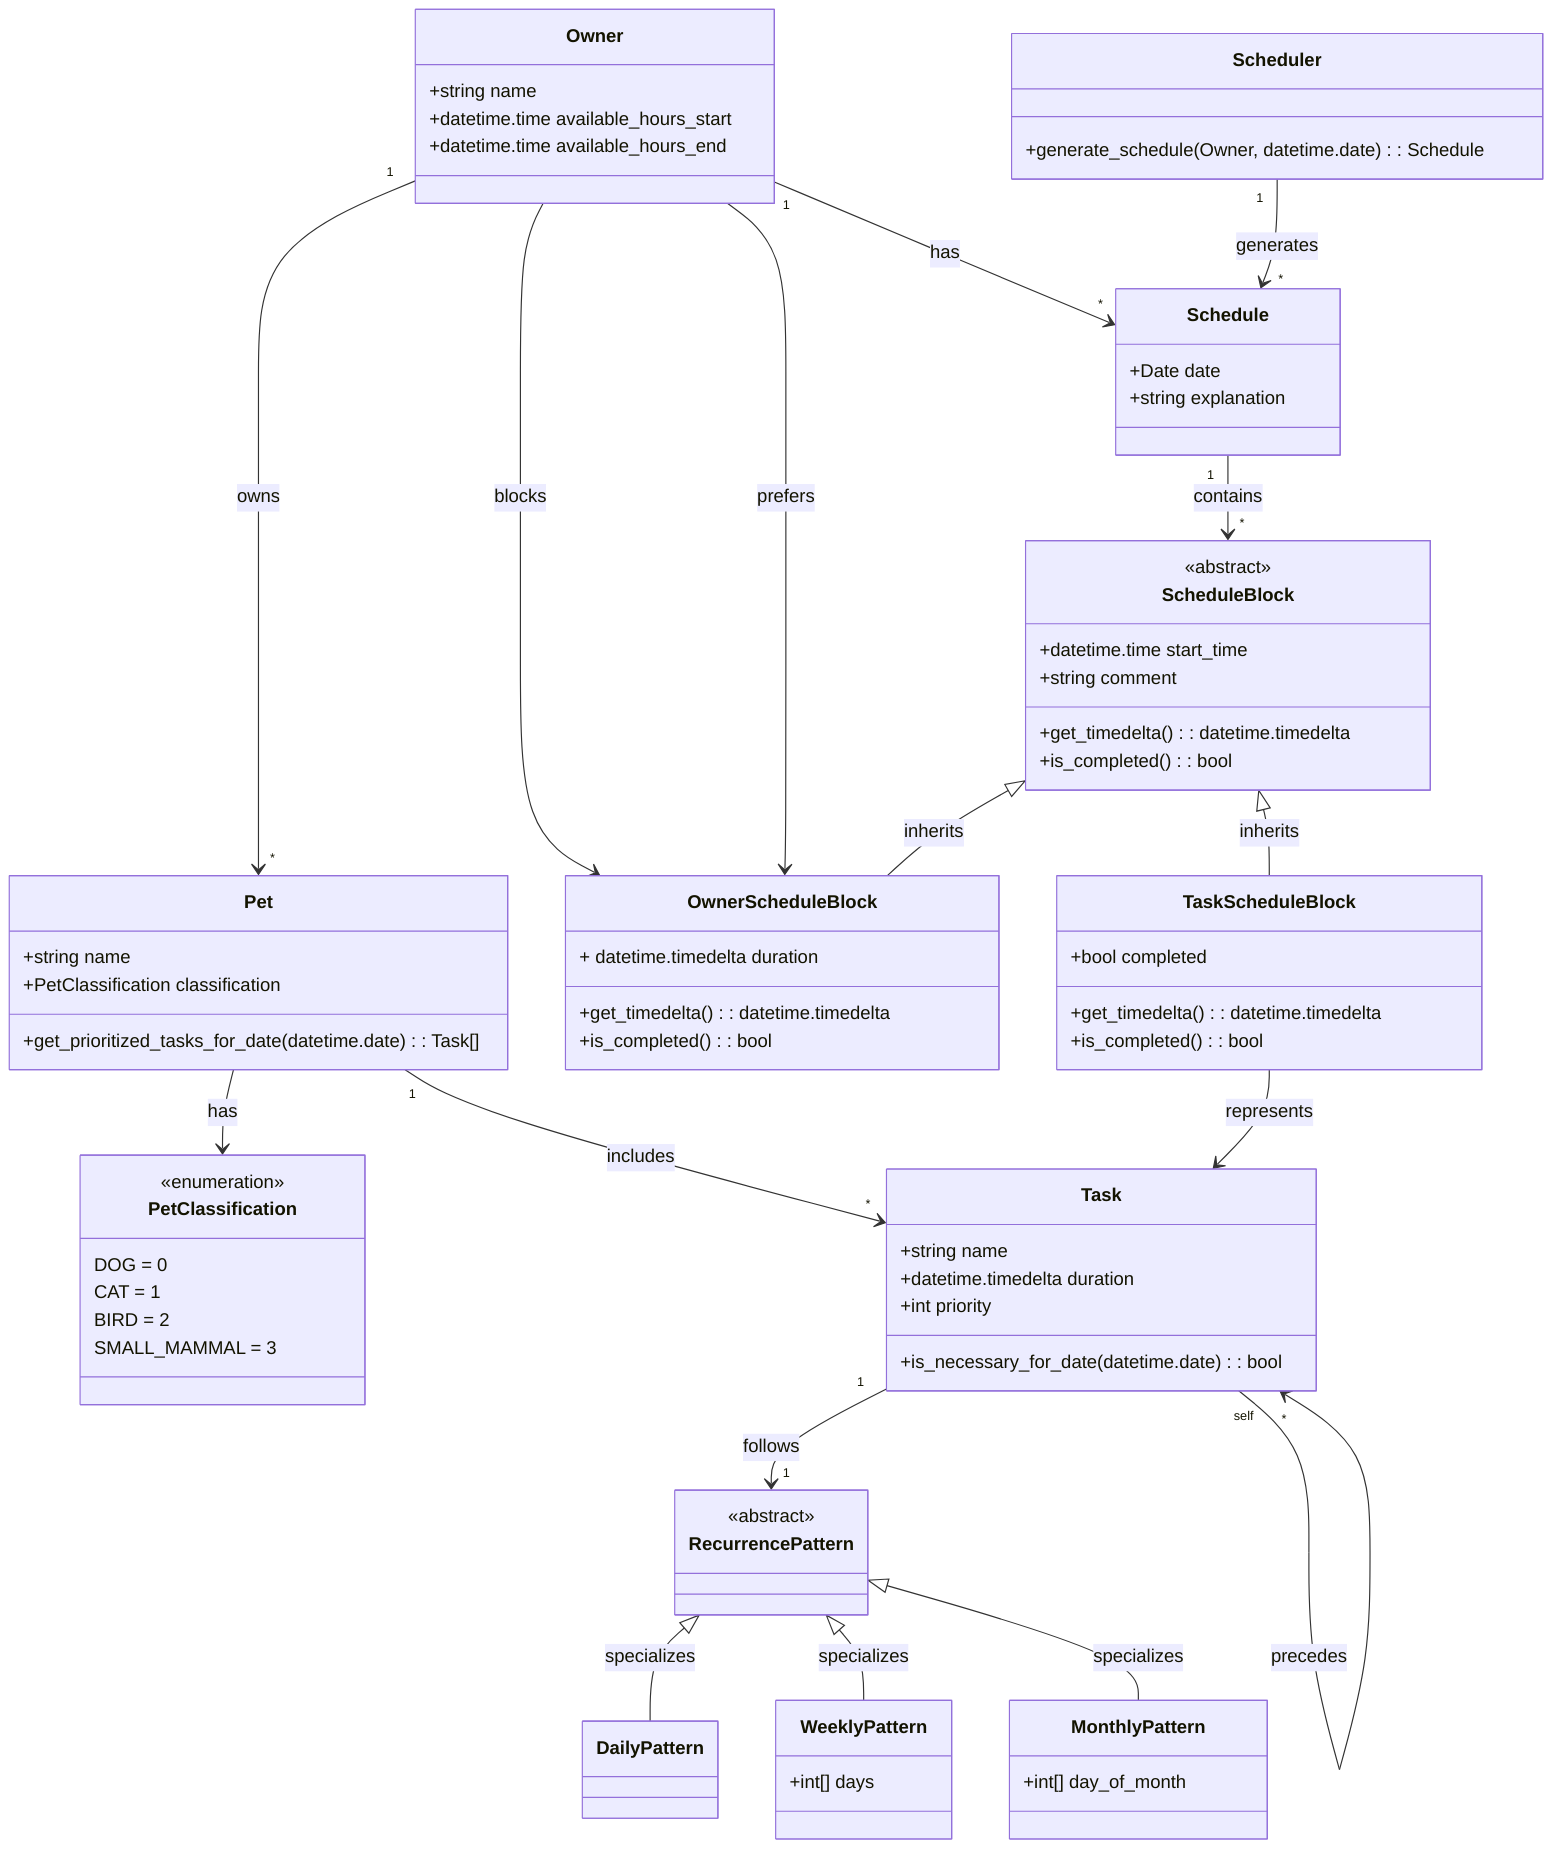
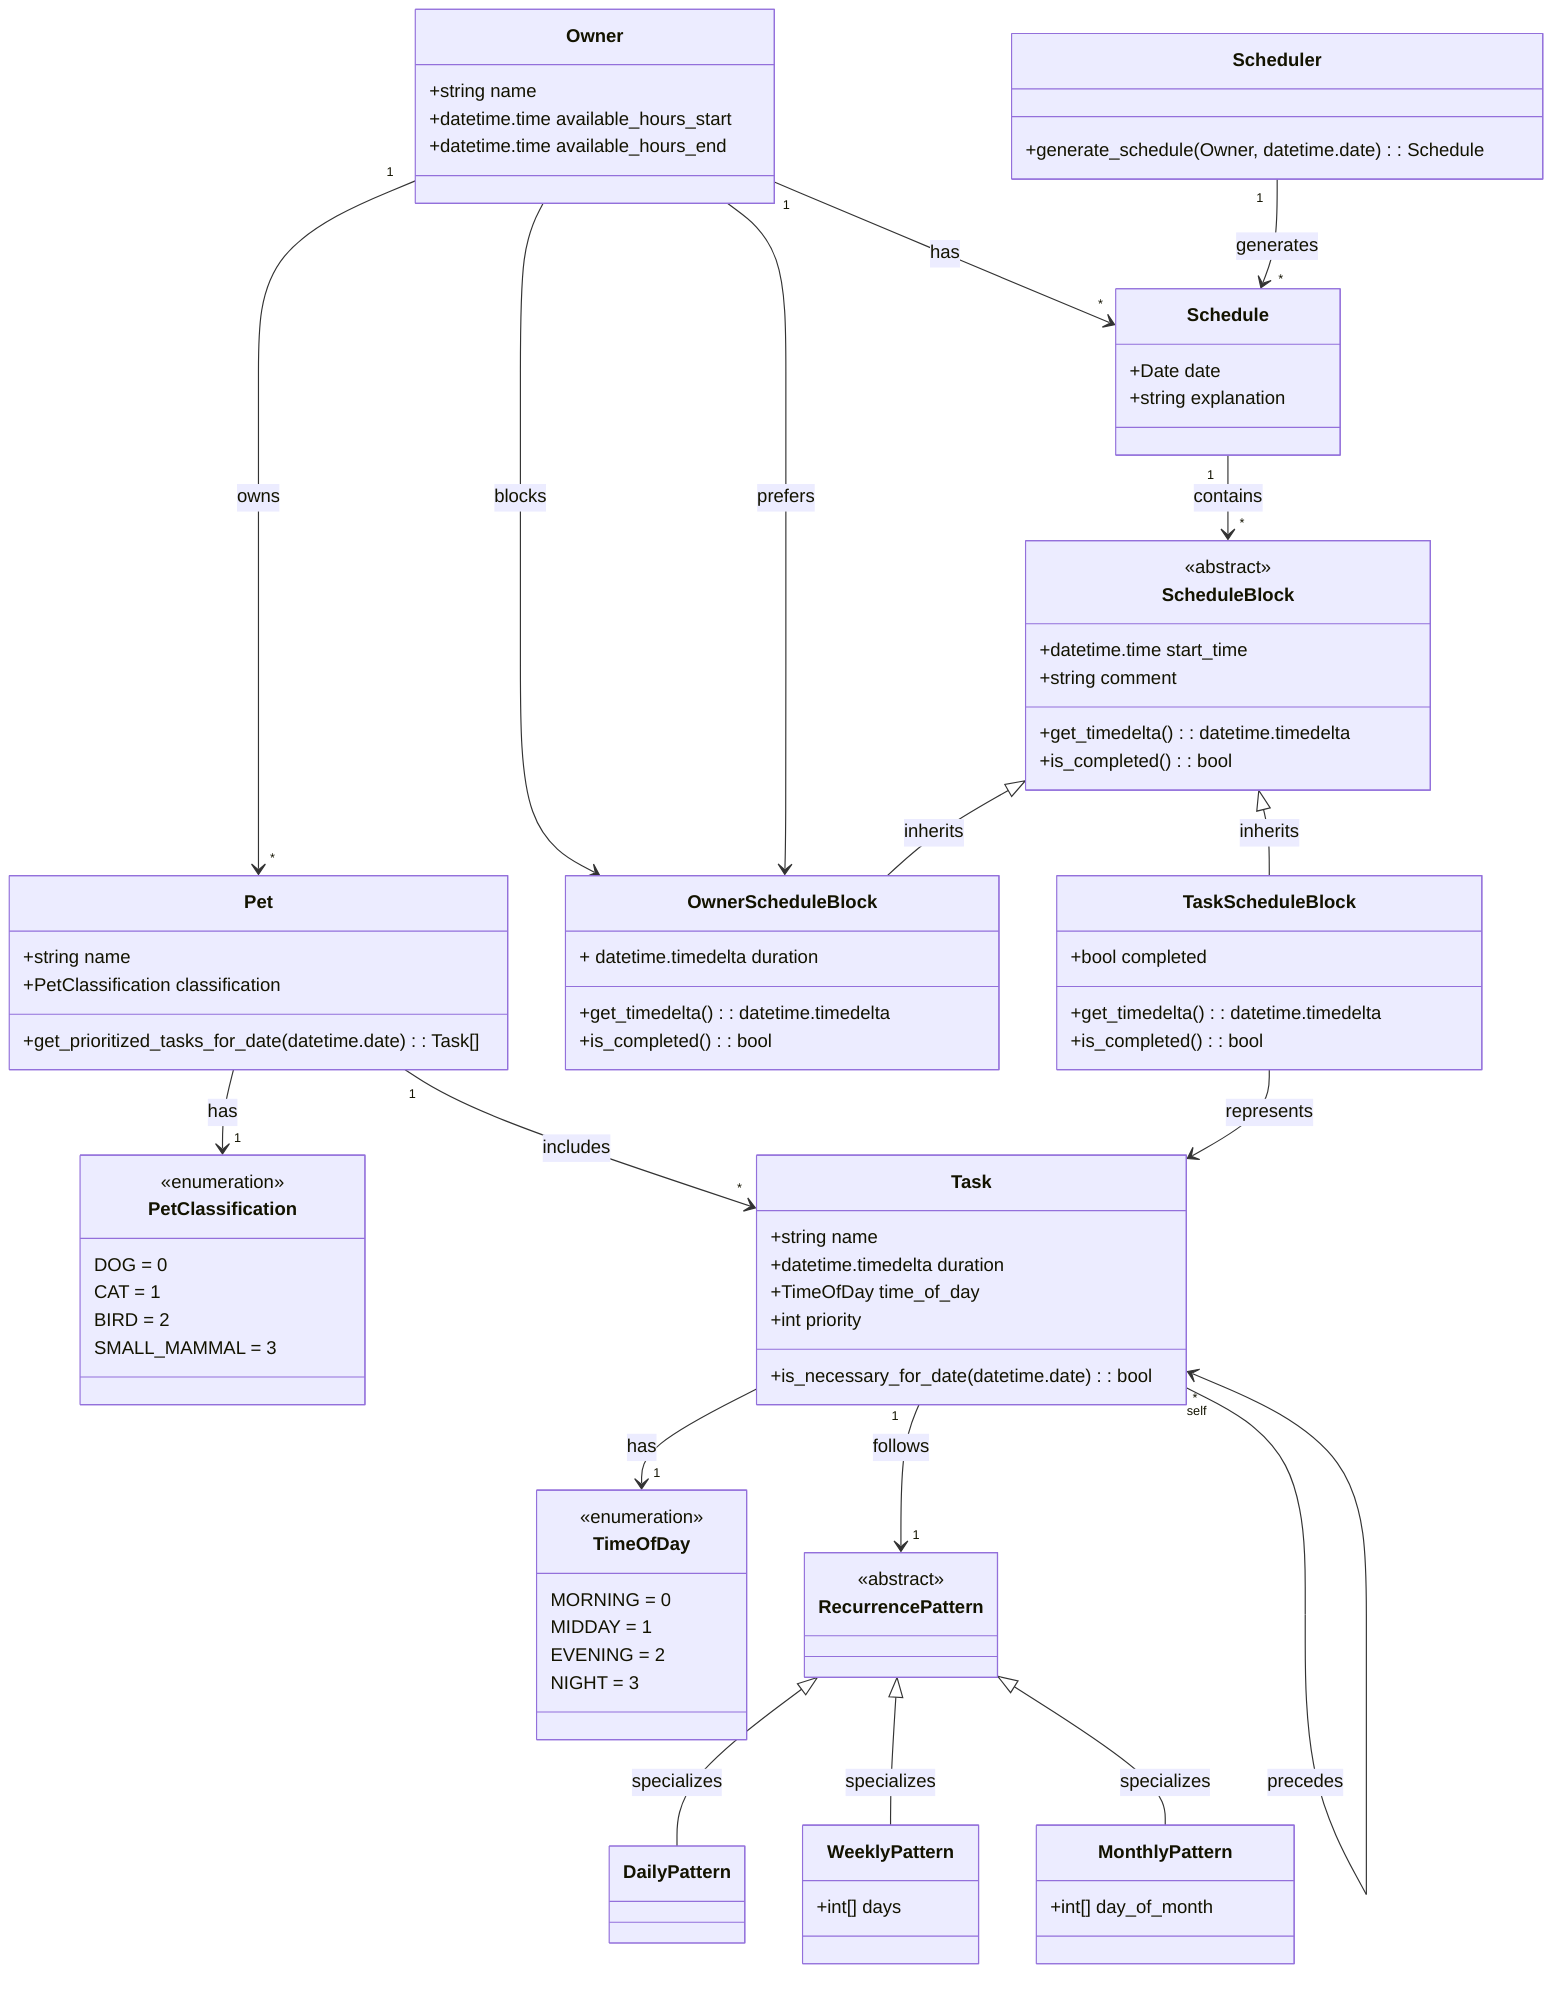
classDiagram
    %% Owner and Pet Management
    class Owner {
        +string name
        +datetime.time available_hours_start
        +datetime.time available_hours_end
    }

    class Pet {
        +string name
        +PetClassification classification

        +get_prioritized_tasks_for_date(datetime.date): Task[]
    }

    class PetClassification {
        <<enumeration>>
        DOG = 0
        CAT = 1
        BIRD = 2
        SMALL_MAMMAL = 3
    }

+     class TimeOfDay {
+         <<enumeration>>
+         MORNING = 0
+         MIDDAY = 1
+         EVENING = 2
+         NIGHT = 3
+     }
+ 
    %% Task and Scheduling
    class Task {
        +string name
        +datetime.timedelta duration
+         +TimeOfDay time_of_day
        +int priority

        +is_necessary_for_date(datetime.date): bool
    }

    class RecurrencePattern {
        <<abstract>>
    }

    class DailyPattern {
    }

    class WeeklyPattern {
        +int[] days
    }

    class MonthlyPattern {
        +int[] day_of_month
    }

    %% Schedule and Schedule Blocks
    class Schedule {
        +Date date
        +string explanation
    }

    class ScheduleBlock {
        <<abstract>>

        +datetime.time start_time
        +string comment

        +get_timedelta(): datetime.timedelta
        +is_completed(): bool
    }

    class OwnerScheduleBlock {
        + datetime.timedelta duration

        +get_timedelta(): datetime.timedelta
        +is_completed(): bool
    }

    class TaskScheduleBlock {
        +bool completed

        +get_timedelta(): datetime.timedelta
        +is_completed(): bool
    }

    class Scheduler {
        +generate_schedule(Owner, datetime.date): Schedule
    }

    %% Relationships
    Owner "1" --> "*" Pet : owns
-     Pet --> PetClassification : has
+     Pet --> "1" PetClassification : has
    Pet "1" --> "*" Task : includes
    Task "1" --> "1" RecurrencePattern : follows
    Task "self" --> "*" Task : precedes
+     Task --> "1" TimeOfDay : has
    Owner "1" --> "*" Schedule : has
    Owner --> OwnerScheduleBlock : blocks
    Owner --> OwnerScheduleBlock : prefers
    Scheduler "1" --> "*" Schedule : generates
    Schedule "1" --> "*" ScheduleBlock : contains
    ScheduleBlock <|-- TaskScheduleBlock : inherits
    ScheduleBlock <|-- OwnerScheduleBlock : inherits
    TaskScheduleBlock --> Task : represents

    RecurrencePattern <|-- DailyPattern : specializes
    RecurrencePattern <|-- WeeklyPattern : specializes
    RecurrencePattern <|-- MonthlyPattern : specializes